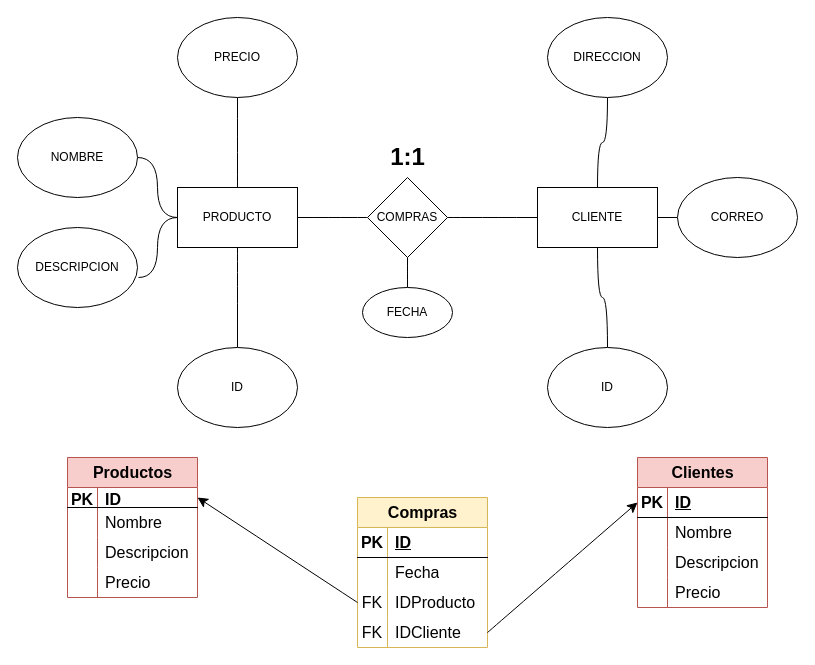
leoandyaz/Base-de-datos keeps this draw.io diagram as page "Ejemplo 2" (3 of 4) of Relacion_entidad.io.drawio. Above is the earlier version. Source tidied: cells renumbered, new cells numbered last; positions are measured from the earlier drawing's top-left corner, leaving out a move shared by most shapes. Both pictures are drawn from the tidied source at 100%, with x=0, y=0 at pixel (17, 17).
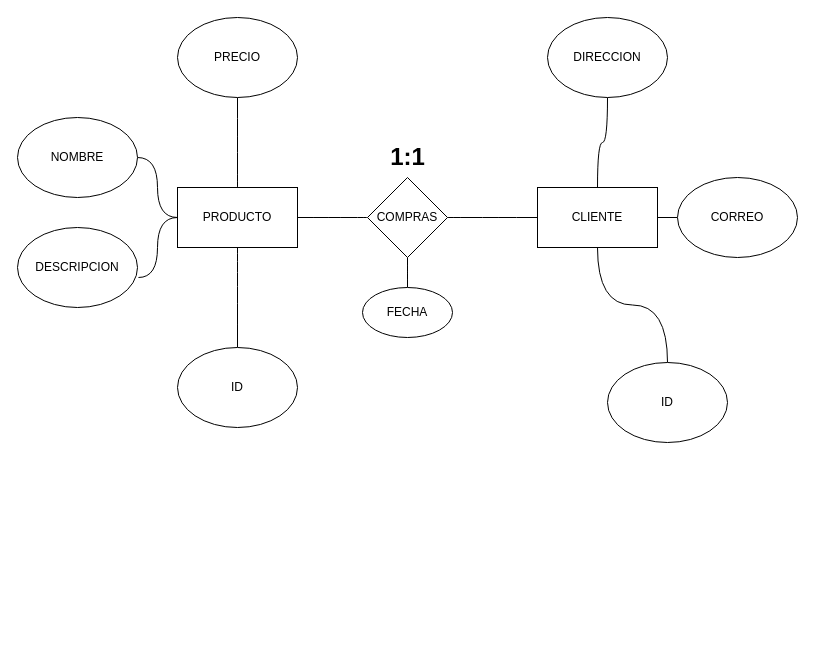
Above is the later version.

Diff of the diagram source:
```diff
@@
     <mxCell id="21" value="ID" style="ellipse;whiteSpace=wrap;html=1;" parent="1" vertex="1">
-      <mxGeometry x="530" y="330" width="120" height="80" as="geometry" />
+      <mxGeometry x="590" y="345" width="120" height="80" as="geometry" />
     </mxCell>
@@
-    <mxCell id="24" value="Productos" style="shape=table;startSize=30;childLayout=tableLayout;rowLines=0;fontStyle=1;align=center;html=1;fontSize=16;fillColor=#f8cecc;strokeColor=#b85450;" parent="1" vertex="1">
-      <mxGeometry x="50" y="440" width="130" height="140" as="geometry" />
-    </mxCell>
-    <mxCell id="25" style="shape=tableRow;horizontal=0;startSize=0;swimlaneHead=0;swimlaneBody=0;fillColor=none;points=[[0,0.5],[1,0.5]];portConstraint=eastwest;top=0;left=0;right=0;bottom=1;fontSize=16;" parent="24" vertex="1">
-      <mxGeometry y="30" width="130" height="20" as="geometry" />
-    </mxCell>
-    <mxCell id="26" value="PK" style="shape=partialRectangle;fillColor=none;top=0;left=0;bottom=0;right=0;fontStyle=1;overflow=hidden;whiteSpace=wrap;html=1;fontSize=16;" parent="25" vertex="1">
-      <mxGeometry width="30" height="20" as="geometry" />
-    </mxCell>
-    <mxCell id="27" value="ID" style="shape=partialRectangle;fillColor=none;top=0;left=0;bottom=0;right=0;align=left;spacingLeft=6;fontStyle=5;overflow=hidden;whiteSpace=wrap;html=1;fontSize=16;" parent="25" vertex="1">
-      <mxGeometry x="30" width="100" height="20" as="geometry" />
-    </mxCell>
-    <mxCell id="28" style="shape=tableRow;horizontal=0;startSize=0;swimlaneHead=0;swimlaneBody=0;fillColor=none;top=0;left=0;right=0;bottom=0;fontSize=16;" parent="24" vertex="1">
-      <mxGeometry y="50" width="130" height="30" as="geometry" />
-    </mxCell>
-    <mxCell id="29" style="shape=partialRectangle;fillColor=none;top=0;left=0;bottom=0;right=0;overflow=hidden;whiteSpace=wrap;html=1;fontSize=16;" parent="28" vertex="1">
-      <mxGeometry width="30" height="30" as="geometry" />
-    </mxCell>
-    <mxCell id="30" value="Nombre&lt;span style=&quot;white-space: pre;&quot;&gt;&#9;&lt;/span&gt;" style="shape=partialRectangle;fillColor=none;top=0;left=0;bottom=0;right=0;align=left;spacingLeft=6;overflow=hidden;whiteSpace=wrap;html=1;fontSize=16;" parent="28" vertex="1">
-      <mxGeometry x="30" width="100" height="30" as="geometry" />
-    </mxCell>
-    <mxCell id="31" style="shape=tableRow;horizontal=0;startSize=0;swimlaneHead=0;swimlaneBody=0;fillColor=none;top=0;left=0;right=0;bottom=0;fontSize=16;" parent="24" vertex="1">
-      <mxGeometry y="80" width="130" height="30" as="geometry" />
-    </mxCell>
-    <mxCell id="32" style="shape=partialRectangle;fillColor=none;top=0;left=0;bottom=0;right=0;overflow=hidden;whiteSpace=wrap;html=1;fontSize=16;" parent="31" vertex="1">
-      <mxGeometry width="30" height="30" as="geometry" />
-    </mxCell>
-    <mxCell id="33" value="Descripcion" style="shape=partialRectangle;fillColor=none;top=0;left=0;bottom=0;right=0;align=left;spacingLeft=6;overflow=hidden;whiteSpace=wrap;html=1;fontSize=16;" parent="31" vertex="1">
-      <mxGeometry x="30" width="100" height="30" as="geometry" />
-    </mxCell>
-    <mxCell id="34" style="shape=tableRow;horizontal=0;startSize=0;swimlaneHead=0;swimlaneBody=0;fillColor=none;top=0;left=0;right=0;bottom=0;fontSize=16;" parent="24" vertex="1">
-      <mxGeometry y="110" width="130" height="30" as="geometry" />
-    </mxCell>
-    <mxCell id="35" style="shape=partialRectangle;fillColor=none;top=0;left=0;bottom=0;right=0;overflow=hidden;whiteSpace=wrap;html=1;fontSize=16;" parent="34" vertex="1">
-      <mxGeometry width="30" height="30" as="geometry" />
-    </mxCell>
-    <mxCell id="36" value="Precio" style="shape=partialRectangle;fillColor=none;top=0;left=0;bottom=0;right=0;align=left;spacingLeft=6;overflow=hidden;whiteSpace=wrap;html=1;fontSize=16;" parent="34" vertex="1">
-      <mxGeometry x="30" width="100" height="30" as="geometry" />
-    </mxCell>
-    <mxCell id="37" value="Clientes" style="shape=table;startSize=30;childLayout=tableLayout;rowLines=0;fontStyle=1;align=center;html=1;fontSize=16;fillColor=#f8cecc;strokeColor=#b85450;" parent="1" vertex="1">
-      <mxGeometry x="620" y="440" width="130" height="150" as="geometry" />
-    </mxCell>
-    <mxCell id="38" style="shape=tableRow;horizontal=0;startSize=0;swimlaneHead=0;swimlaneBody=0;fillColor=none;points=[[0,0.5],[1,0.5]];portConstraint=eastwest;top=0;left=0;right=0;bottom=1;fontSize=16;" parent="37" vertex="1">
-      <mxGeometry y="30" width="130" height="30" as="geometry" />
-    </mxCell>
-    <mxCell id="39" value="PK" style="shape=partialRectangle;fillColor=none;top=0;left=0;bottom=0;right=0;fontStyle=1;overflow=hidden;whiteSpace=wrap;html=1;fontSize=16;" parent="38" vertex="1">
-      <mxGeometry width="30" height="30" as="geometry" />
-    </mxCell>
-    <mxCell id="40" value="ID" style="shape=partialRectangle;fillColor=none;top=0;left=0;bottom=0;right=0;align=left;spacingLeft=6;fontStyle=5;overflow=hidden;whiteSpace=wrap;html=1;fontSize=16;" parent="38" vertex="1">
-      <mxGeometry x="30" width="100" height="30" as="geometry" />
-    </mxCell>
-    <mxCell id="41" style="shape=tableRow;horizontal=0;startSize=0;swimlaneHead=0;swimlaneBody=0;fillColor=none;top=0;left=0;right=0;bottom=0;fontSize=16;" parent="37" vertex="1">
-      <mxGeometry y="60" width="130" height="30" as="geometry" />
-    </mxCell>
-    <mxCell id="42" style="shape=partialRectangle;fillColor=none;top=0;left=0;bottom=0;right=0;overflow=hidden;whiteSpace=wrap;html=1;fontSize=16;" parent="41" vertex="1">
-      <mxGeometry width="30" height="30" as="geometry" />
-    </mxCell>
-    <mxCell id="43" value="Nombre&lt;span style=&quot;white-space: pre;&quot;&gt;&#9;&lt;/span&gt;" style="shape=partialRectangle;fillColor=none;top=0;left=0;bottom=0;right=0;align=left;spacingLeft=6;overflow=hidden;whiteSpace=wrap;html=1;fontSize=16;" parent="41" vertex="1">
-      <mxGeometry x="30" width="100" height="30" as="geometry" />
-    </mxCell>
-    <mxCell id="44" style="shape=tableRow;horizontal=0;startSize=0;swimlaneHead=0;swimlaneBody=0;fillColor=none;top=0;left=0;right=0;bottom=0;fontSize=16;" parent="37" vertex="1">
-      <mxGeometry y="90" width="130" height="30" as="geometry" />
-    </mxCell>
-    <mxCell id="45" style="shape=partialRectangle;fillColor=none;top=0;left=0;bottom=0;right=0;overflow=hidden;whiteSpace=wrap;html=1;fontSize=16;" parent="44" vertex="1">
-      <mxGeometry width="30" height="30" as="geometry" />
-    </mxCell>
-    <mxCell id="46" value="Descripcion" style="shape=partialRectangle;fillColor=none;top=0;left=0;bottom=0;right=0;align=left;spacingLeft=6;overflow=hidden;whiteSpace=wrap;html=1;fontSize=16;" parent="44" vertex="1">
-      <mxGeometry x="30" width="100" height="30" as="geometry" />
-    </mxCell>
-    <mxCell id="47" style="shape=tableRow;horizontal=0;startSize=0;swimlaneHead=0;swimlaneBody=0;fillColor=none;top=0;left=0;right=0;bottom=0;fontSize=16;" parent="37" vertex="1">
-      <mxGeometry y="120" width="130" height="30" as="geometry" />
-    </mxCell>
-    <mxCell id="48" style="shape=partialRectangle;fillColor=none;top=0;left=0;bottom=0;right=0;overflow=hidden;whiteSpace=wrap;html=1;fontSize=16;" parent="47" vertex="1">
-      <mxGeometry width="30" height="30" as="geometry" />
-    </mxCell>
-    <mxCell id="49" value="Precio" style="shape=partialRectangle;fillColor=none;top=0;left=0;bottom=0;right=0;align=left;spacingLeft=6;overflow=hidden;whiteSpace=wrap;html=1;fontSize=16;" parent="47" vertex="1">
-      <mxGeometry x="30" width="100" height="30" as="geometry" />
-    </mxCell>
-    <mxCell id="50" value="Compras" style="shape=table;startSize=30;childLayout=tableLayout;rowLines=0;fontStyle=1;align=center;html=1;fontSize=16;fillColor=#fff2cc;strokeColor=#d6b656;" parent="1" vertex="1">
-      <mxGeometry x="340" y="480" width="130" height="150" as="geometry" />
-    </mxCell>
-    <mxCell id="51" style="shape=tableRow;horizontal=0;startSize=0;swimlaneHead=0;swimlaneBody=0;fillColor=none;top=0;left=0;right=0;bottom=1;fontSize=16;" parent="50" vertex="1">
-      <mxGeometry y="30" width="130" height="30" as="geometry" />
-    </mxCell>
-    <mxCell id="52" value="PK" style="shape=partialRectangle;fillColor=none;top=0;left=0;bottom=0;right=0;fontStyle=1;overflow=hidden;whiteSpace=wrap;html=1;fontSize=16;" parent="51" vertex="1">
-      <mxGeometry width="30" height="30" as="geometry" />
-    </mxCell>
-    <mxCell id="53" value="ID" style="shape=partialRectangle;fillColor=none;top=0;left=0;bottom=0;right=0;align=left;spacingLeft=6;fontStyle=5;overflow=hidden;whiteSpace=wrap;html=1;fontSize=16;" parent="51" vertex="1">
-      <mxGeometry x="30" width="100" height="30" as="geometry" />
-    </mxCell>
-    <mxCell id="54" style="shape=tableRow;horizontal=0;startSize=0;swimlaneHead=0;swimlaneBody=0;fillColor=none;top=0;left=0;right=0;bottom=0;fontSize=16;" parent="50" vertex="1">
-      <mxGeometry y="60" width="130" height="30" as="geometry" />
-    </mxCell>
-    <mxCell id="55" style="shape=partialRectangle;fillColor=none;top=0;left=0;bottom=0;right=0;overflow=hidden;whiteSpace=wrap;html=1;fontSize=16;" parent="54" vertex="1">
-      <mxGeometry width="30" height="30" as="geometry" />
-    </mxCell>
-    <mxCell id="56" value="Fecha" style="shape=partialRectangle;fillColor=none;top=0;left=0;bottom=0;right=0;align=left;spacingLeft=6;overflow=hidden;whiteSpace=wrap;html=1;fontSize=16;" parent="54" vertex="1">
-      <mxGeometry x="30" width="100" height="30" as="geometry" />
-    </mxCell>
-    <mxCell id="57" style="shape=tableRow;horizontal=0;startSize=0;swimlaneHead=0;swimlaneBody=0;fillColor=none;points=[[0,0.5],[1,0.5]];portConstraint=eastwest;top=0;left=0;right=0;bottom=0;fontSize=16;" parent="50" vertex="1">
-      <mxGeometry y="90" width="130" height="30" as="geometry" />
-    </mxCell>
-    <mxCell id="58" value="FK" style="shape=partialRectangle;fillColor=none;top=0;left=0;bottom=0;right=0;overflow=hidden;whiteSpace=wrap;html=1;fontSize=16;" parent="57" vertex="1">
-      <mxGeometry width="30" height="30" as="geometry" />
-    </mxCell>
-    <mxCell id="59" value="IDProducto" style="shape=partialRectangle;fillColor=none;top=0;left=0;bottom=0;right=0;align=left;spacingLeft=6;overflow=hidden;whiteSpace=wrap;html=1;fontSize=16;" parent="57" vertex="1">
-      <mxGeometry x="30" width="100" height="30" as="geometry" />
-    </mxCell>
-    <mxCell id="60" style="shape=tableRow;horizontal=0;startSize=0;swimlaneHead=0;swimlaneBody=0;fillColor=none;points=[[0,0.5],[1,0.5]];portConstraint=eastwest;top=0;left=0;right=0;bottom=0;fontSize=16;" parent="50" vertex="1">
-      <mxGeometry y="120" width="130" height="30" as="geometry" />
-    </mxCell>
-    <mxCell id="61" value="FK" style="shape=partialRectangle;fillColor=none;top=0;left=0;bottom=0;right=0;overflow=hidden;whiteSpace=wrap;html=1;fontSize=16;" parent="60" vertex="1">
-      <mxGeometry width="30" height="30" as="geometry" />
-    </mxCell>
-    <mxCell id="62" value="IDCliente" style="shape=partialRectangle;fillColor=none;top=0;left=0;bottom=0;right=0;align=left;spacingLeft=6;overflow=hidden;whiteSpace=wrap;html=1;fontSize=16;" parent="60" vertex="1">
-      <mxGeometry x="30" width="100" height="30" as="geometry" />
-    </mxCell>
-    <mxCell id="63" style="edgeStyle=none;curved=1;rounded=0;jettySize=auto;html=1;entryX=1;entryY=0.5;entryDx=0;entryDy=0;fontSize=12;startSize=8;endSize=8;exitX=0;exitY=0.5;exitDx=0;exitDy=0;" parent="1" edge="1" source="57" target="25">
-      <mxGeometry relative="1" as="geometry" />
-    </mxCell>
-    <mxCell id="64" style="edgeStyle=none;curved=1;rounded=0;jettySize=auto;html=1;exitX=1;exitY=0.5;exitDx=0;exitDy=0;entryX=0;entryY=0.5;entryDx=0;entryDy=0;fontSize=12;startSize=8;endSize=8;" parent="1" edge="1" source="60" target="38">
-      <mxGeometry relative="1" as="geometry" />
-    </mxCell>
```
